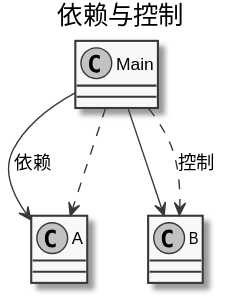
Above: source/_posts/dig/ioc-01.svg in a2dict/a2dblog-src (PlantUML), before the change.
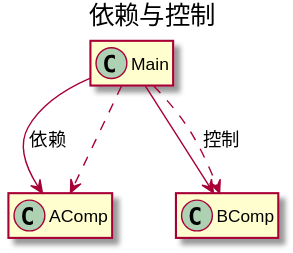
After the change.

The edit, as a diff of the source:
```diff
@@ -1,10 +1,11 @@
 @startuml
-skinparam monochrome true
+hide members
+
 title 依赖与控制
-Main --> A : 依赖
-Main --> B
+Main --> AComp : 依赖
+Main --> BComp
 
 
-Main ..> A
-Main ..> B : 控制
+Main ..> AComp
+Main ..> BComp : 控制
 @enduml
```
